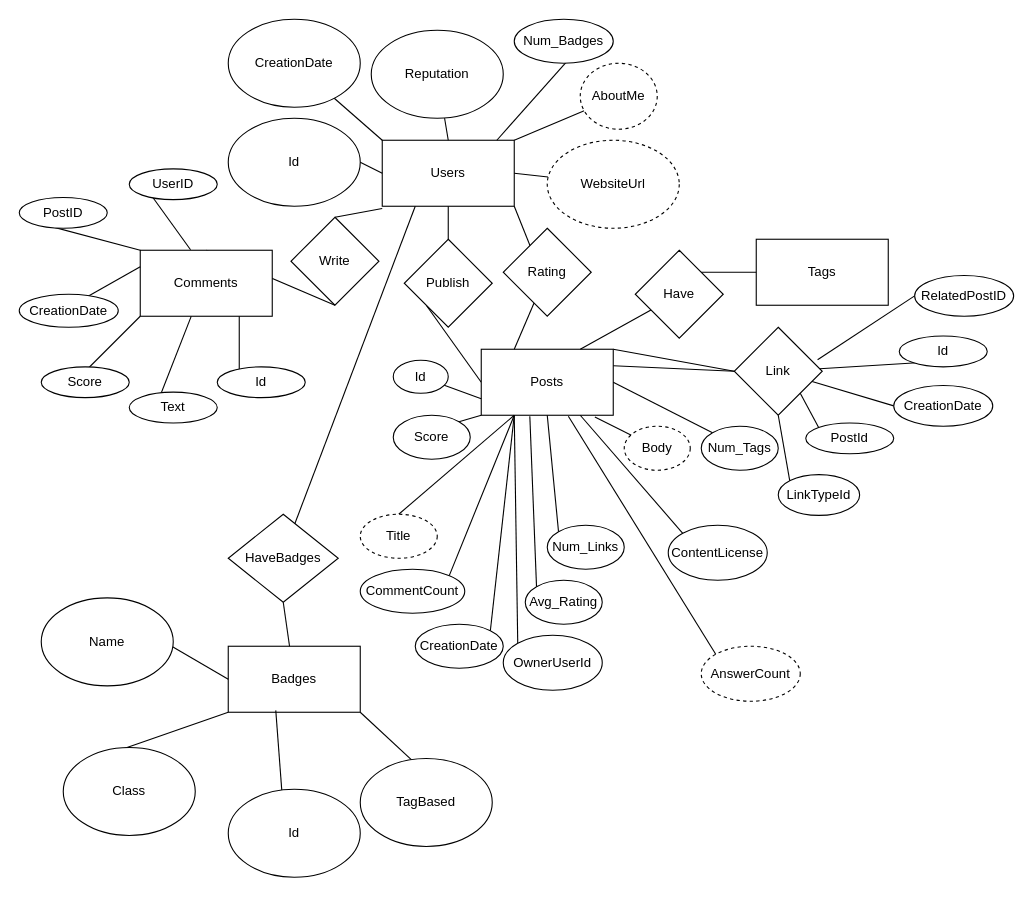
Hijetsurgery/DMAProject1 keeps this draw.io diagram as Project1.drawio. Above is the earlier version. Source tidied: cells renumbered, new cells numbered last; positions are measured from the earlier drawing's top-left corner, leaving out a move shared by most shapes. Both pictures are drawn from the tidied source at 110%, with x=0, y=0 at pixel (19, 19).
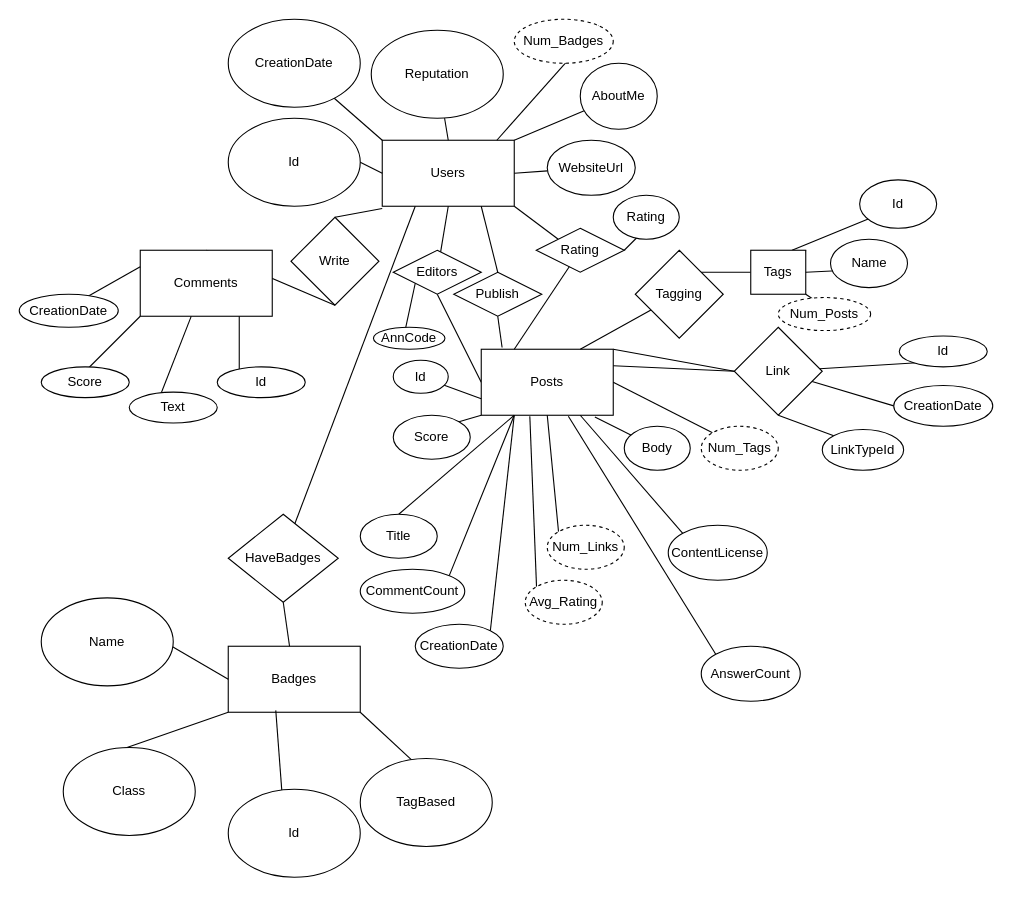
The same page after the edit.

The change refers to these unchanged cells:
```xml
<mxCell id="2" value="Users" style="rounded=0;whiteSpace=wrap;html=1;" parent="1" vertex="1">
  <mxGeometry x="330" y="110" width="120" height="60" as="geometry" />
</mxCell>
<mxCell id="16" value="Comments" style="rounded=0;whiteSpace=wrap;html=1;" parent="1" vertex="1">
  <mxGeometry x="110" y="210" width="120" height="60" as="geometry" />
</mxCell>
<mxCell id="19" value="Posts" style="rounded=0;whiteSpace=wrap;html=1;" parent="1" vertex="1">
  <mxGeometry x="420" y="300" width="120" height="60" as="geometry" />
</mxCell>
<mxCell id="29" value="Link" style="rhombus;whiteSpace=wrap;html=1;" parent="1" vertex="1">
  <mxGeometry x="650" y="280" width="80" height="80" as="geometry" />
</mxCell>
```

Diff of the diagram source:
```diff
@@
-    <mxCell id="10" value="AboutMe" style="ellipse;whiteSpace=wrap;html=1;dashed=1;" parent="1" vertex="1">
+    <mxCell id="10" value="AboutMe" style="ellipse;whiteSpace=wrap;html=1;" parent="1" vertex="1">
       <mxGeometry x="510" y="40" width="70" height="60" as="geometry" />
     </mxCell>
@@
-    <mxCell id="12" value="WebsiteUrl" style="ellipse;whiteSpace=wrap;html=1;dashed=1;" parent="1" vertex="1">
-      <mxGeometry x="480" y="110" width="120" height="80" as="geometry" />
+    <mxCell id="12" value="WebsiteUrl" style="ellipse;whiteSpace=wrap;html=1;" parent="1" vertex="1">
+      <mxGeometry x="480" y="110" width="80" height="50" as="geometry" />
     </mxCell>
@@
-    <mxCell id="18" style="endArrow=none;html=1;rounded=0;entryX=0;entryY=1;entryDx=0;entryDy=0;exitX=0;exitY=0.5;exitDx=0;exitDy=0;" parent="1" edge="1" source="19" target="20">
+    <mxCell id="18" style="endArrow=none;html=1;rounded=0;entryX=0.5;entryY=1;entryDx=0;entryDy=0;exitX=0;exitY=0.5;exitDx=0;exitDy=0;" parent="1" edge="1" source="19" target="20">
       <mxGeometry relative="1" as="geometry" />
     </mxCell>
@@
-    <mxCell id="20" value="Publish" style="rhombus;whiteSpace=wrap;html=1;" parent="1" vertex="1">
-      <mxGeometry x="350" y="200" width="80" height="80" as="geometry" />
+    <mxCell id="20" value="Editors" style="rhombus;whiteSpace=wrap;html=1;" parent="1" vertex="1">
+      <mxGeometry x="340" y="210" width="80" height="40" as="geometry" />
     </mxCell>
-    <mxCell id="21" style="endArrow=none;html=1;rounded=0;entryX=1;entryY=1;entryDx=0;entryDy=0;" parent="1" edge="1" target="2">
-      <mxGeometry relative="1" as="geometry">
-        <mxPoint x="470" y="220" as="sourcePoint" />
-      </mxGeometry>
+    <mxCell id="21" style="endArrow=none;html=1;rounded=0;entryX=1;entryY=1;entryDx=0;entryDy=0;exitX=0;exitY=0;exitDx=0;exitDy=0;" parent="1" edge="1" source="22" target="2">
+      <mxGeometry relative="1" as="geometry" />
     </mxCell>
     <mxCell id="22" value="Rating" style="rhombus;whiteSpace=wrap;html=1;" parent="1" vertex="1">
-      <mxGeometry x="440" y="190" width="80" height="80" as="geometry" />
+      <mxGeometry x="470" y="190" width="80" height="40" as="geometry" />
     </mxCell>
@@
-    <mxCell id="32" value="Have" style="rhombus;whiteSpace=wrap;html=1;" parent="1" vertex="1">
+    <mxCell id="32" value="Tagging" style="rhombus;whiteSpace=wrap;html=1;" parent="1" vertex="1">
       <mxGeometry x="560" y="210" width="80" height="80" as="geometry" />
     </mxCell>
-    <mxCell id="33" style="endArrow=none;html=1;rounded=0;entryX=1;entryY=0;entryDx=0;entryDy=0;" parent="1" edge="1" target="32">
-      <mxGeometry relative="1" as="geometry">
-        <mxPoint x="710" y="230" as="sourcePoint" />
-      </mxGeometry>
+    <mxCell id="33" style="endArrow=none;html=1;rounded=0;entryX=1;entryY=0;entryDx=0;entryDy=0;" parent="1" edge="1" source="34" target="32">
+      <mxGeometry relative="1" as="geometry" />
     </mxCell>
-    <mxCell id="34" value="Tags" style="rounded=0;whiteSpace=wrap;html=1;" parent="1" vertex="1">
-      <mxGeometry x="670" y="200" width="120" height="60" as="geometry" />
-    </mxCell>
@@
-    <mxCell id="38" value="Title" style="ellipse;whiteSpace=wrap;html=1;dashed=1;" parent="1" vertex="1">
+    <mxCell id="38" value="Title" style="ellipse;whiteSpace=wrap;html=1;" parent="1" vertex="1">
       <mxGeometry x="310" y="450" width="70" height="40" as="geometry" />
     </mxCell>
@@
-    <mxCell id="40" value="Body" style="ellipse;whiteSpace=wrap;html=1;dashed=1;" parent="1" vertex="1">
+    <mxCell id="40" value="Body" style="ellipse;whiteSpace=wrap;html=1;" parent="1" vertex="1">
       <mxGeometry x="550" y="370" width="60" height="40" as="geometry" />
     </mxCell>
@@
-    <mxCell id="46" value="AnswerCount" style="ellipse;whiteSpace=wrap;html=1;dashed=1;" parent="1" vertex="1">
+    <mxCell id="46" value="AnswerCount" style="ellipse;whiteSpace=wrap;html=1;" parent="1" vertex="1">
       <mxGeometry x="620" y="570" width="90" height="50" as="geometry" />
     </mxCell>
@@
-    <mxCell id="51" style="endArrow=none;html=1;rounded=0;exitX=0.25;exitY=1;exitDx=0;exitDy=0;entryX=0;entryY=0;entryDx=0;entryDy=0;" parent="1" edge="1" source="19" target="52">
-      <mxGeometry relative="1" as="geometry" />
-    </mxCell>
-    <mxCell id="52" value="OwnerUserId" style="ellipse;whiteSpace=wrap;html=1;" parent="1" vertex="1">
-      <mxGeometry x="440" y="560" width="90" height="50" as="geometry" />
-    </mxCell>
@@
-    <mxCell id="54" value="Num_Badges" style="ellipse;whiteSpace=wrap;html=1;" parent="1" vertex="1">
+    <mxCell id="54" value="Num_Badges" style="ellipse;whiteSpace=wrap;html=1;dashed=1;" parent="1" vertex="1">
       <mxGeometry x="450" width="90" height="40" as="geometry" />
     </mxCell>
@@
-    <mxCell id="56" value="Avg_Rating" style="ellipse;whiteSpace=wrap;html=1;" parent="1" vertex="1">
+    <mxCell id="56" value="Avg_Rating" style="ellipse;whiteSpace=wrap;html=1;dashed=1;" parent="1" vertex="1">
       <mxGeometry x="460" y="510" width="70" height="40" as="geometry" />
     </mxCell>
@@
-    <mxCell id="58" value="Num_Links" style="ellipse;whiteSpace=wrap;html=1;" parent="1" vertex="1">
+    <mxCell id="58" value="Num_Links" style="ellipse;whiteSpace=wrap;html=1;dashed=1;" parent="1" vertex="1">
       <mxGeometry x="480" y="460" width="70" height="40" as="geometry" />
     </mxCell>
@@
-    <mxCell id="60" value="Num_Tags" style="ellipse;whiteSpace=wrap;html=1;" parent="1" vertex="1">
+    <mxCell id="60" value="Num_Tags" style="ellipse;whiteSpace=wrap;html=1;dashed=1;" parent="1" vertex="1">
       <mxGeometry x="620" y="370" width="70" height="40" as="geometry" />
     </mxCell>
@@
-    <mxCell id="77" style="endArrow=none;html=1;rounded=0;entryX=0;entryY=0;entryDx=0;entryDy=0;" parent="1" edge="1" target="16">
-      <mxGeometry relative="1" as="geometry">
-        <mxPoint x="20" y="186" as="sourcePoint" />
-      </mxGeometry>
-    </mxCell>
-    <mxCell id="78" value="PostID" style="ellipse;whiteSpace=wrap;html=1;" parent="1" vertex="1">
-      <mxGeometry y="162" width="80" height="28" as="geometry" />
-    </mxCell>
-    <mxCell id="79" style="endArrow=none;html=1;rounded=0;entryX=0.381;entryY=-0.008;entryDx=0;entryDy=0;entryPerimeter=0;" parent="1" edge="1" target="16">
-      <mxGeometry relative="1" as="geometry">
-        <mxPoint x="120" y="160" as="sourcePoint" />
-      </mxGeometry>
-    </mxCell>
-    <mxCell id="80" value="UserID" style="ellipse;whiteSpace=wrap;html=1;" parent="1" vertex="1">
-      <mxGeometry x="100" y="136" width="80" height="28" as="geometry" />
-    </mxCell>
@@
-    <mxCell id="85" value="PostId" style="ellipse;whiteSpace=wrap;html=1;" parent="1" vertex="1">
-      <mxGeometry x="715" y="367" width="80" height="28" as="geometry" />
-    </mxCell>
-    <mxCell id="86" style="endArrow=none;html=1;rounded=0;entryX=1;entryY=1;entryDx=0;entryDy=0;exitX=0;exitY=0;exitDx=0;exitDy=0;" parent="1" edge="1" source="85" target="29">
-      <mxGeometry relative="1" as="geometry" />
-    </mxCell>
-    <mxCell id="87" style="endArrow=none;html=1;rounded=0;exitX=0;exitY=0.5;exitDx=0;exitDy=0;entryX=0.947;entryY=0.369;entryDx=0;entryDy=0;entryPerimeter=0;" parent="1" edge="1" source="88" target="29">
-      <mxGeometry relative="1" as="geometry" />
-    </mxCell>
-    <mxCell id="88" value="RelatedPostID" style="ellipse;whiteSpace=wrap;html=1;" parent="1" vertex="1">
-      <mxGeometry x="814" y="233" width="90" height="37" as="geometry" />
-    </mxCell>
@@
     <mxCell id="90" value="LinkTypeId" style="ellipse;whiteSpace=wrap;html=1;" parent="1" vertex="1">
-      <mxGeometry x="690" y="414" width="74" height="37" as="geometry" />
+      <mxGeometry x="730" y="373" width="74" height="37" as="geometry" />
     </mxCell>
+    <mxCell id="91" style="endArrow=none;html=1;rounded=0;entryX=1;entryY=0.5;entryDx=0;entryDy=0;" parent="1" edge="1" target="22">
+      <mxGeometry relative="1" as="geometry">
+        <mxPoint x="570" y="190" as="sourcePoint" />
+      </mxGeometry>
+    </mxCell>
+    <mxCell id="92" value="Rating" style="ellipse;whiteSpace=wrap;html=1;" parent="1" vertex="1">
+      <mxGeometry x="540" y="160" width="60" height="40" as="geometry" />
+    </mxCell>
+    <mxCell id="93" style="endArrow=none;html=1;rounded=0;entryX=0.75;entryY=0;entryDx=0;entryDy=0;" parent="1" edge="1" target="34">
+      <mxGeometry relative="1" as="geometry">
+        <mxPoint x="800" y="170" as="sourcePoint" />
+      </mxGeometry>
+    </mxCell>
+    <mxCell id="94" value="Id" style="ellipse;whiteSpace=wrap;html=1;" parent="1" vertex="1">
+      <mxGeometry x="764" y="146" width="70" height="44" as="geometry" />
+    </mxCell>
+    <mxCell id="95" style="endArrow=none;html=1;rounded=0;entryX=1;entryY=0;entryDx=0;entryDy=0;" parent="1" edge="1" target="34">
+      <mxGeometry relative="1" as="geometry">
+        <mxPoint x="710" y="230" as="sourcePoint" />
+      </mxGeometry>
+    </mxCell>
+    <mxCell id="34" value="Tags" style="rounded=0;whiteSpace=wrap;html=1;" parent="1" vertex="1">
+      <mxGeometry x="665" y="210" width="50" height="40" as="geometry" />
+    </mxCell>
+    <mxCell id="96" style="endArrow=none;html=1;rounded=0;entryX=1;entryY=0.5;entryDx=0;entryDy=0;" parent="1" edge="1" target="34">
+      <mxGeometry relative="1" as="geometry">
+        <mxPoint x="757.5" y="228" as="sourcePoint" />
+      </mxGeometry>
+    </mxCell>
+    <mxCell id="97" value="Name" style="ellipse;whiteSpace=wrap;html=1;" parent="1" vertex="1">
+      <mxGeometry x="737.5" y="200" width="70" height="44" as="geometry" />
+    </mxCell>
+    <mxCell id="98" value="Publish" style="rhombus;whiteSpace=wrap;html=1;" parent="1" vertex="1">
+      <mxGeometry x="395" y="230" width="80" height="40" as="geometry" />
+    </mxCell>
+    <mxCell id="99" style="endArrow=none;html=1;rounded=0;entryX=0.75;entryY=1;entryDx=0;entryDy=0;exitX=0.5;exitY=0;exitDx=0;exitDy=0;" parent="1" edge="1" source="98" target="2">
+      <mxGeometry relative="1" as="geometry" />
+    </mxCell>
+    <mxCell id="100" style="endArrow=none;html=1;rounded=0;entryX=0.5;entryY=1;entryDx=0;entryDy=0;exitX=0.158;exitY=-0.026;exitDx=0;exitDy=0;exitPerimeter=0;" parent="1" edge="1" source="19" target="98">
+      <mxGeometry relative="1" as="geometry" />
+    </mxCell>
+    <mxCell id="101" style="endArrow=none;html=1;rounded=0;entryX=0.75;entryY=1;entryDx=0;entryDy=0;exitX=0.445;exitY=0.113;exitDx=0;exitDy=0;exitPerimeter=0;" parent="1" edge="1" source="102">
+      <mxGeometry relative="1" as="geometry">
+        <mxPoint x="360" y="240" as="targetPoint" />
+      </mxGeometry>
+    </mxCell>
+    <mxCell id="102" value="AnnCode" style="ellipse;whiteSpace=wrap;html=1;" parent="1" vertex="1">
+      <mxGeometry x="322" y="280" width="65" height="20" as="geometry" />
+    </mxCell>
+    <mxCell id="103" style="endArrow=none;html=1;rounded=0;entryX=1;entryY=1;entryDx=0;entryDy=0;" parent="1" edge="1" target="34">
+      <mxGeometry relative="1" as="geometry">
+        <mxPoint x="730" y="260" as="sourcePoint" />
+      </mxGeometry>
+    </mxCell>
+    <mxCell id="104" value="Num_Posts" style="ellipse;whiteSpace=wrap;html=1;dashed=1;" parent="1" vertex="1">
+      <mxGeometry x="690" y="253" width="84" height="30" as="geometry" />
+    </mxCell>
```
